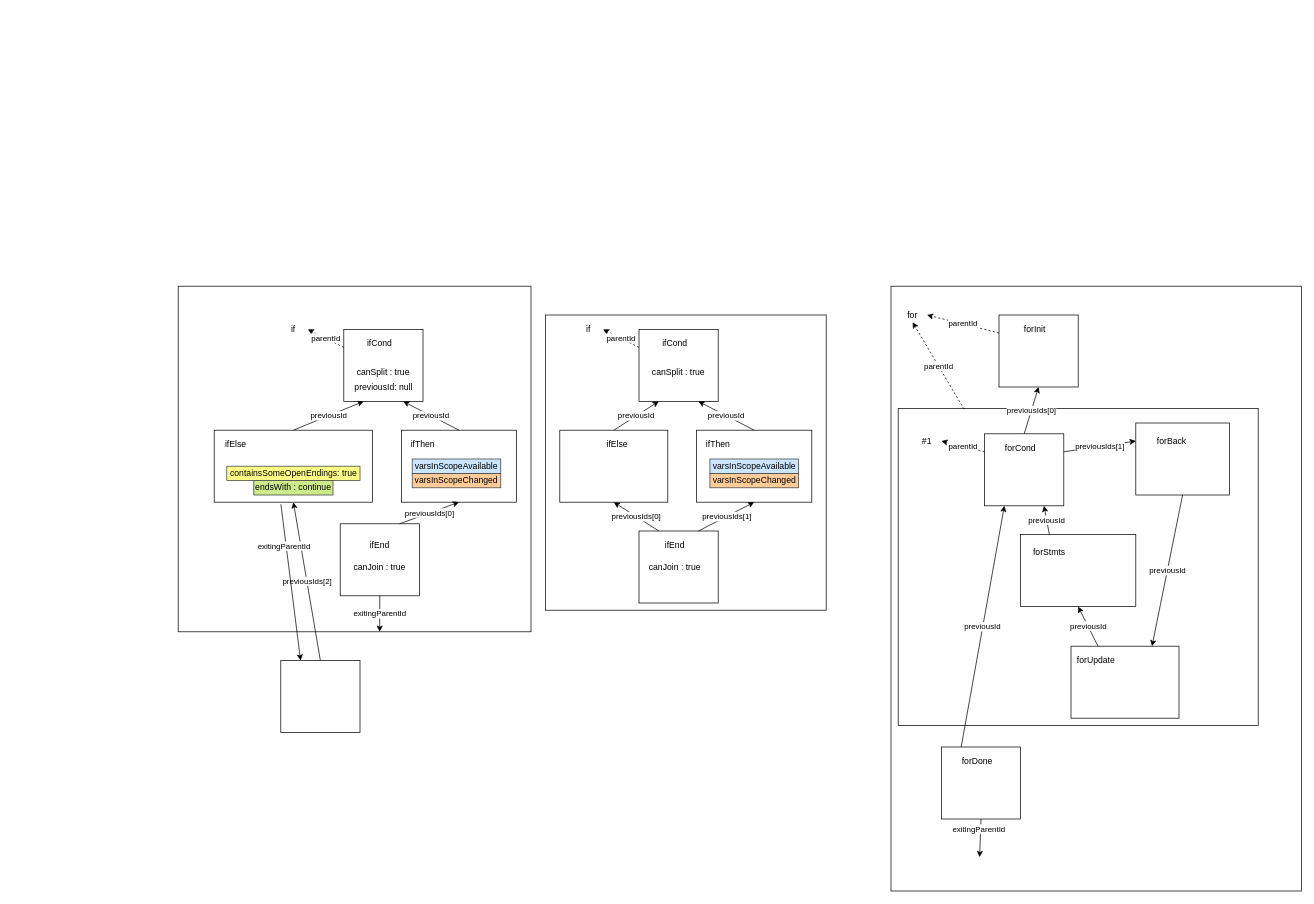
Before: flow_static/flowify_algoritm.drawio in visual-trials/proto_flowify, a draw.io diagram. Source tidied: cells renumbered, new cells numbered last; positions are measured from the earlier drawing's top-left corner, leaving out a move shared by most shapes. Both pictures are drawn from the tidied source at 72%, with x=0, y=0 at pixel (178, 286).
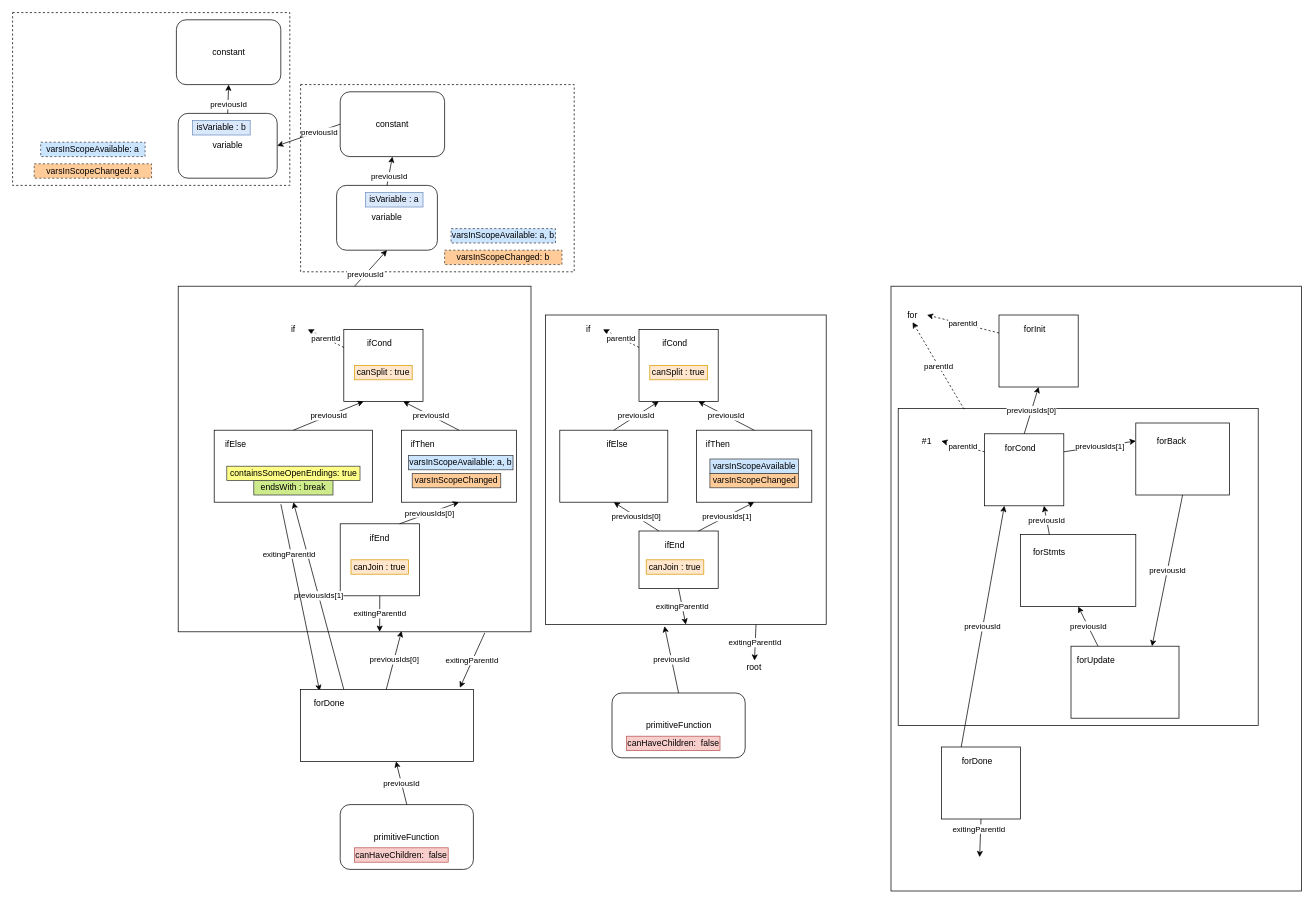
Above is the later version.

Commit message:
update algoritm diagrams

The change refers to these unchanged cells:
```xml
<mxCell id="23" style="rounded=0;whiteSpace=wrap;html=1;" parent="1" vertex="1">
  <mxGeometry width="490" height="480" as="geometry" />
</mxCell>
<mxCell id="24" style="rounded=0;whiteSpace=wrap;html=1;" parent="1" vertex="1">
  <mxGeometry x="50" y="200" width="220" height="100" as="geometry" />
</mxCell>
```

The edit, as a diff of the source:
```diff
@@
+    <mxCell id="74" style="rounded=0;whiteSpace=wrap;html=1;dashed=1;" parent="1" vertex="1">
+      <mxGeometry x="-230" y="-380" width="385" height="240" as="geometry" />
+    </mxCell>
+    <mxCell id="75" style="rounded=0;whiteSpace=wrap;html=1;dashed=1;" parent="1" vertex="1">
+      <mxGeometry x="170" y="-280" width="380" height="260" as="geometry" />
+    </mxCell>
@@
     <mxCell id="4" style="rounded=0;whiteSpace=wrap;html=1;" parent="1" vertex="1">
-      <mxGeometry x="510" y="40" width="390" height="410" as="geometry" />
+      <mxGeometry x="510" y="40" width="390" height="430" as="geometry" />
     </mxCell>
@@
     <mxCell id="9" style="rounded=0;whiteSpace=wrap;html=1;" parent="1" vertex="1">
-      <mxGeometry x="640" y="340" width="110" height="100" as="geometry" />
+      <mxGeometry x="640" y="340" width="110" height="80" as="geometry" />
     </mxCell>
@@
-    <mxCell id="15" value="canJoin : true" style="text;html=1;strokeColor=none;fillColor=none;align=center;verticalAlign=middle;whiteSpace=wrap;rounded=0;" parent="1" vertex="1">
+    <mxCell id="15" value="canJoin : true" style="text;html=1;strokeColor=#d79b00;fillColor=#ffe6cc;align=center;verticalAlign=middle;whiteSpace=wrap;rounded=0;" parent="1" vertex="1">
       <mxGeometry x="650" y="380" width="80" height="20" as="geometry" />
     </mxCell>
@@
-    <mxCell id="17" value="canSplit : true" style="text;html=1;strokeColor=none;fillColor=none;align=center;verticalAlign=middle;whiteSpace=wrap;rounded=0;" parent="1" vertex="1">
+    <mxCell id="17" value="canSplit : true" style="text;html=1;strokeColor=#d79b00;fillColor=#ffe6cc;align=center;verticalAlign=middle;whiteSpace=wrap;rounded=0;" parent="1" vertex="1">
       <mxGeometry x="655" y="110" width="80" height="20" as="geometry" />
     </mxCell>
@@
     <mxCell id="29" value="ifEnd" style="text;html=1;strokeColor=none;fillColor=none;align=center;verticalAlign=middle;whiteSpace=wrap;rounded=0;" parent="1" vertex="1">
-      <mxGeometry x="260" y="350" width="40" height="20" as="geometry" />
+      <mxGeometry x="260" y="340" width="40" height="20" as="geometry" />
     </mxCell>
@@
-    <mxCell id="32" value="previousIds[2]" style="endArrow=classic;html=1;entryX=0.5;entryY=1;entryDx=0;entryDy=0;exitX=0.5;exitY=0;exitDx=0;exitDy=0;" parent="1" edge="1" source="46" target="24">
+    <mxCell id="32" value="previousIds[1]" style="endArrow=classic;html=1;entryX=0.5;entryY=1;entryDx=0;entryDy=0;exitX=0.25;exitY=0;exitDx=0;exitDy=0;" parent="1" edge="1" source="46" target="24">
       <mxGeometry relative="1" as="geometry" />
     </mxCell>
@@
-    <mxCell id="34" value="canJoin : true" style="text;html=1;strokeColor=none;fillColor=none;align=center;verticalAlign=middle;whiteSpace=wrap;rounded=0;" parent="1" vertex="1">
+    <mxCell id="34" value="canJoin : true" style="text;html=1;strokeColor=#d79b00;fillColor=#ffe6cc;align=center;verticalAlign=middle;whiteSpace=wrap;rounded=0;" parent="1" vertex="1">
       <mxGeometry x="240" y="380" width="80" height="20" as="geometry" />
     </mxCell>
@@
-    <mxCell id="36" value="canSplit : true" style="text;html=1;strokeColor=none;fillColor=none;align=center;verticalAlign=middle;whiteSpace=wrap;rounded=0;" parent="1" vertex="1">
-      <mxGeometry x="245" y="110" width="80" height="20" as="geometry" />
-    </mxCell>
@@
-    <mxCell id="40" value="endsWith : continue" style="text;html=1;strokeColor=#36393d;fillColor=#cdeb8b;align=center;verticalAlign=middle;whiteSpace=wrap;rounded=0;" parent="1" vertex="1">
+    <mxCell id="40" value="endsWith : break" style="text;html=1;strokeColor=#36393d;fillColor=#cdeb8b;align=center;verticalAlign=middle;whiteSpace=wrap;rounded=0;" parent="1" vertex="1">
       <mxGeometry x="105" y="270" width="110" height="20" as="geometry" />
     </mxCell>
@@
-    <mxCell id="42" value="varsInScopeAvailable" style="text;html=1;strokeColor=#36393d;fillColor=#cce5ff;align=center;verticalAlign=middle;whiteSpace=wrap;rounded=0;" parent="1" vertex="1">
-      <mxGeometry x="325" y="240" width="123" height="20" as="geometry" />
+    <mxCell id="42" value="varsInScopeAvailable: a, b" style="text;html=1;strokeColor=#36393d;fillColor=#cce5ff;align=center;verticalAlign=middle;whiteSpace=wrap;rounded=0;dashed=1;" parent="1" vertex="1">
+      <mxGeometry x="379" y="-80" width="145" height="20" as="geometry" />
     </mxCell>
@@
-    <mxCell id="44" style="endArrow=classic;html=1;exitX=0.421;exitY=1.028;exitDx=0;exitDy=0;exitPerimeter=0;entryX=0.25;entryY=0;entryDx=0;entryDy=0;" parent="1" edge="1" source="24" target="46">
+    <mxCell id="44" style="endArrow=classic;html=1;exitX=0.421;exitY=1.028;exitDx=0;exitDy=0;exitPerimeter=0;entryX=0.11;entryY=0.022;entryDx=0;entryDy=0;entryPerimeter=0;" parent="1" edge="1" source="24" target="46">
       <mxGeometry relative="1" as="geometry" />
     </mxCell>
@@
     <mxCell id="46" style="rounded=0;whiteSpace=wrap;html=1;" parent="1" vertex="1">
-      <mxGeometry x="142.5" y="520" width="110" height="100" as="geometry" />
+      <mxGeometry x="170" y="560" width="240" height="100" as="geometry" />
     </mxCell>
@@
-    <mxCell id="48" value="previousId: null" style="text;html=1;strokeColor=none;fillColor=none;align=center;verticalAlign=middle;whiteSpace=wrap;rounded=0;" parent="1" vertex="1">
-      <mxGeometry x="227.5" y="130" width="115" height="20" as="geometry" />
-    </mxCell>
@@
+    <mxCell id="76" value="variable" style="rounded=1;whiteSpace=wrap;html=1;" parent="1" vertex="1">
+      <mxGeometry x="220" y="-140" width="140" height="90" as="geometry" />
+    </mxCell>
+    <mxCell id="77" style="endArrow=classic;html=1;entryX=0.5;entryY=1;entryDx=0;entryDy=0;exitX=0.5;exitY=0;exitDx=0;exitDy=0;" parent="1" edge="1" source="23" target="76">
+      <mxGeometry relative="1" as="geometry" />
+    </mxCell>
+    <mxCell id="78" value="previousId" style="edgeLabel;html=1;align=center;verticalAlign=middle;" parent="77" vertex="1">
+      <mxGeometry x="-0.34" relative="1" as="geometry" />
+    </mxCell>
+    <mxCell id="79" value="constant" style="rounded=1;whiteSpace=wrap;html=1;" parent="1" vertex="1">
+      <mxGeometry x="225" y="-270" width="145" height="90" as="geometry" />
+    </mxCell>
+    <mxCell id="80" style="endArrow=classic;html=1;entryX=0.5;entryY=1;entryDx=0;entryDy=0;exitX=0.5;exitY=0;exitDx=0;exitDy=0;" parent="1" edge="1" source="76" target="79">
+      <mxGeometry relative="1" as="geometry" />
+    </mxCell>
+    <mxCell id="81" value="previousId" style="edgeLabel;html=1;align=center;verticalAlign=middle;" parent="80" vertex="1">
+      <mxGeometry x="-0.34" relative="1" as="geometry" />
+    </mxCell>
+    <mxCell id="82" value="variable" style="rounded=1;whiteSpace=wrap;html=1;" parent="1" vertex="1">
+      <mxGeometry y="-240" width="137.5" height="90" as="geometry" />
+    </mxCell>
+    <mxCell id="83" value="constant" style="rounded=1;whiteSpace=wrap;html=1;" parent="1" vertex="1">
+      <mxGeometry x="-2.5" y="-370" width="145" height="90" as="geometry" />
+    </mxCell>
+    <mxCell id="84" style="endArrow=classic;html=1;entryX=1;entryY=0.5;entryDx=0;entryDy=0;exitX=0;exitY=0.5;exitDx=0;exitDy=0;" parent="1" edge="1" source="79" target="82">
+      <mxGeometry relative="1" as="geometry" />
+    </mxCell>
+    <mxCell id="85" value="previousId" style="edgeLabel;html=1;align=center;verticalAlign=middle;" parent="84" vertex="1">
+      <mxGeometry x="-0.34" relative="1" as="geometry" />
+    </mxCell>
+    <mxCell id="86" style="endArrow=classic;html=1;entryX=0.5;entryY=1;entryDx=0;entryDy=0;exitX=0.5;exitY=0;exitDx=0;exitDy=0;" parent="1" edge="1" source="82" target="83">
+      <mxGeometry relative="1" as="geometry" />
+    </mxCell>
+    <mxCell id="87" value="previousId" style="edgeLabel;html=1;align=center;verticalAlign=middle;" parent="86" vertex="1">
+      <mxGeometry x="-0.34" relative="1" as="geometry" />
+    </mxCell>
+    <mxCell id="88" value="canSplit : true" style="text;html=1;strokeColor=#d79b00;fillColor=#ffe6cc;align=center;verticalAlign=middle;whiteSpace=wrap;rounded=0;" parent="1" vertex="1">
+      <mxGeometry x="245" y="110" width="80" height="20" as="geometry" />
+    </mxCell>
+    <mxCell id="36" value="isVariable : b" style="text;html=1;strokeColor=#6c8ebf;fillColor=#dae8fc;align=center;verticalAlign=middle;whiteSpace=wrap;rounded=0;" parent="1" vertex="1">
+      <mxGeometry x="20" y="-230" width="80" height="20" as="geometry" />
+    </mxCell>
+    <mxCell id="89" value="isVariable : a" style="text;html=1;strokeColor=#6c8ebf;fillColor=#dae8fc;align=center;verticalAlign=middle;whiteSpace=wrap;rounded=0;" parent="1" vertex="1">
+      <mxGeometry x="260" y="-130" width="80" height="20" as="geometry" />
+    </mxCell>
+    <mxCell id="90" value="&lt;span style=&quot;color: rgb(0 , 0 , 0) ; font-family: &amp;#34;helvetica&amp;#34; ; font-size: 11px ; font-style: normal ; font-weight: 400 ; letter-spacing: normal ; text-align: center ; text-indent: 0px ; text-transform: none ; word-spacing: 0px ; background-color: rgb(255 , 255 , 255) ; display: inline ; float: none&quot;&gt;previousIds[0]&lt;/span&gt;" style="endArrow=classic;html=1;exitX=0.5;exitY=0;exitDx=0;exitDy=0;entryX=0.635;entryY=0.998;entryDx=0;entryDy=0;entryPerimeter=0;" parent="1" edge="1">
+      <mxGeometry relative="1" as="geometry">
+        <mxPoint x="289" y="560" as="sourcePoint" />
+        <mxPoint x="310.2" y="479" as="targetPoint" />
+      </mxGeometry>
+    </mxCell>
+    <mxCell id="91" value="exitingParentId" style="endArrow=classic;html=1;exitX=0.869;exitY=1.003;exitDx=0;exitDy=0;exitPerimeter=0;entryX=0.922;entryY=-0.024;entryDx=0;entryDy=0;entryPerimeter=0;" parent="1" edge="1" source="23" target="46">
+      <mxGeometry relative="1" as="geometry" />
+    </mxCell>
+    <mxCell id="92" value="forDone" style="text;html=1;strokeColor=none;fillColor=none;align=center;verticalAlign=middle;whiteSpace=wrap;rounded=0;" parent="1" vertex="1">
+      <mxGeometry x="190" y="570" width="40" height="20" as="geometry" />
+    </mxCell>
+    <mxCell id="93" value="&lt;font color=&quot;#000000&quot;&gt;primitiveFunction&lt;/font&gt;" style="rounded=1;whiteSpace=wrap;html=1;fontColor=#CC0000;" parent="1" vertex="1">
+      <mxGeometry x="225" y="720" width="185" height="90" as="geometry" />
+    </mxCell>
+    <mxCell id="94" value="previousId" style="endArrow=classic;html=1;exitX=0.5;exitY=0;exitDx=0;exitDy=0;" parent="1" edge="1" source="93" target="46">
+      <mxGeometry relative="1" as="geometry" />
+    </mxCell>
+    <mxCell id="95" value="canHaveChildren:&amp;nbsp; false" style="text;html=1;strokeColor=#b85450;fillColor=#f8cecc;align=center;verticalAlign=middle;whiteSpace=wrap;rounded=0;" parent="1" vertex="1">
+      <mxGeometry x="245" y="780" width="130" height="20" as="geometry" />
+    </mxCell>
+    <mxCell id="96" value="varsInScopeChanged: a" style="text;html=1;strokeColor=#36393d;fillColor=#ffcc99;align=center;verticalAlign=middle;whiteSpace=wrap;rounded=0;dashed=1;" parent="1" vertex="1">
+      <mxGeometry x="-200" y="-170" width="163" height="20" as="geometry" />
+    </mxCell>
+    <mxCell id="97" value="varsInScopeChanged: b" style="text;html=1;strokeColor=#36393d;fillColor=#ffcc99;align=center;verticalAlign=middle;whiteSpace=wrap;rounded=0;dashed=1;" parent="1" vertex="1">
+      <mxGeometry x="370" y="-50" width="163" height="20" as="geometry" />
+    </mxCell>
+    <mxCell id="98" value="varsInScopeAvailable: a, b" style="text;html=1;strokeColor=#36393d;fillColor=#cce5ff;align=center;verticalAlign=middle;whiteSpace=wrap;rounded=0;" parent="1" vertex="1">
+      <mxGeometry x="320" y="235" width="145" height="20" as="geometry" />
+    </mxCell>
+    <mxCell id="99" value="varsInScopeAvailable: a" style="text;html=1;strokeColor=#36393d;fillColor=#cce5ff;align=center;verticalAlign=middle;whiteSpace=wrap;rounded=0;dashed=1;" parent="1" vertex="1">
+      <mxGeometry x="-191" y="-200" width="145" height="20" as="geometry" />
+    </mxCell>
+    <mxCell id="100" value="exitingParentId" style="endArrow=classic;html=1;exitX=0.75;exitY=1;exitDx=0;exitDy=0;" parent="1" edge="1" source="4" target="101">
+      <mxGeometry relative="1" as="geometry" />
+    </mxCell>
+    <mxCell id="101" value="root" style="text;html=1;strokeColor=none;fillColor=none;align=center;verticalAlign=middle;whiteSpace=wrap;rounded=0;" parent="1" vertex="1">
+      <mxGeometry x="780" y="520" width="40" height="20" as="geometry" />
+    </mxCell>
+    <mxCell id="102" value="&lt;font color=&quot;#000000&quot;&gt;primitiveFunction&lt;/font&gt;" style="rounded=1;whiteSpace=wrap;html=1;fontColor=#CC0000;" parent="1" vertex="1">
+      <mxGeometry x="602.5" y="565" width="185" height="90" as="geometry" />
+    </mxCell>
+    <mxCell id="103" value="previousId" style="endArrow=classic;html=1;exitX=0.5;exitY=0;exitDx=0;exitDy=0;entryX=0.424;entryY=1.005;entryDx=0;entryDy=0;entryPerimeter=0;" parent="1" edge="1" source="102" target="4">
+      <mxGeometry relative="1" as="geometry" />
+    </mxCell>
+    <mxCell id="104" value="canHaveChildren:&amp;nbsp; false" style="text;html=1;strokeColor=#b85450;fillColor=#f8cecc;align=center;verticalAlign=middle;whiteSpace=wrap;rounded=0;" parent="1" vertex="1">
+      <mxGeometry x="622.5" y="625" width="130" height="20" as="geometry" />
+    </mxCell>
+    <mxCell id="105" value="exitingParentId" style="endArrow=classic;html=1;entryX=0.5;entryY=1;entryDx=0;entryDy=0;exitX=0.5;exitY=1;exitDx=0;exitDy=0;" parent="1" edge="1" source="9" target="4">
+      <mxGeometry relative="1" as="geometry" />
+    </mxCell>
```
